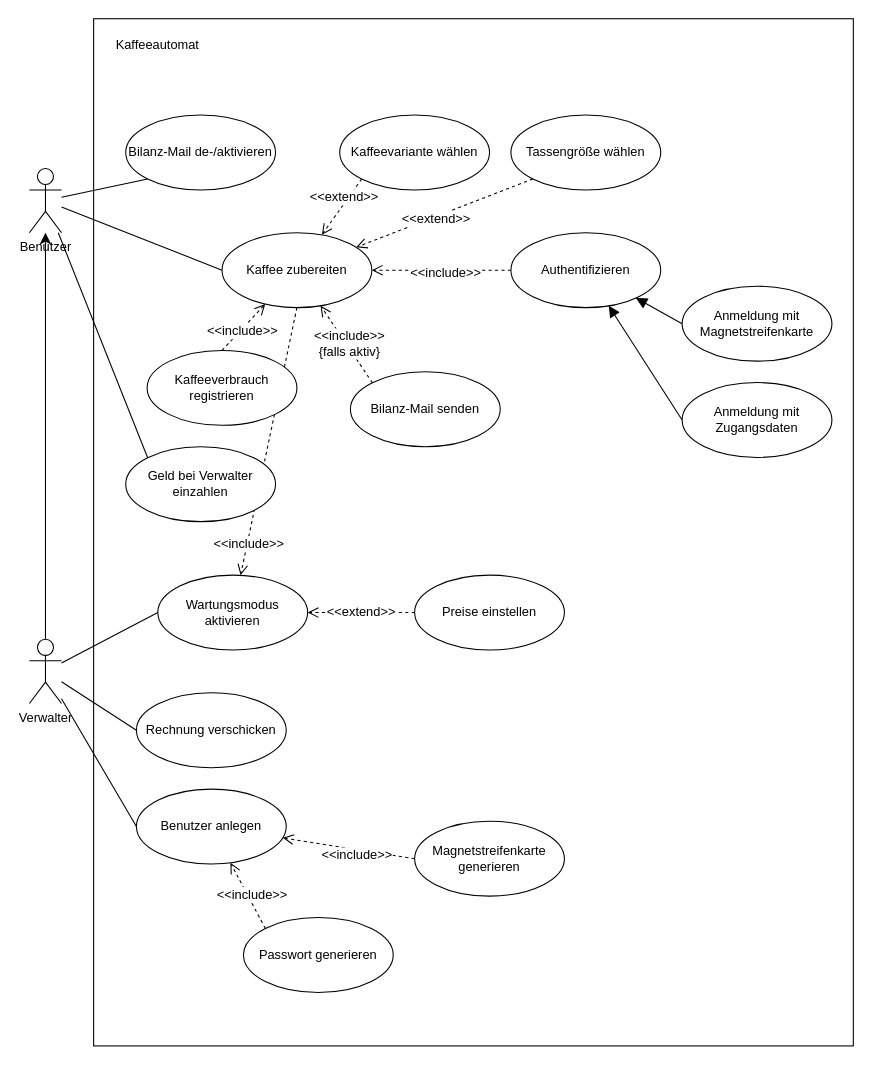
Earlier version of the draw.io diagram SoftEng3.drawio (SirButler/SoftEng). Source tidied: cells renumbered, new cells numbered last; positions are measured from the earlier drawing's top-left corner, leaving out a move shared by most shapes. Both pictures are drawn from the tidied source at 107%, with x=0, y=0 at pixel (29, 18).
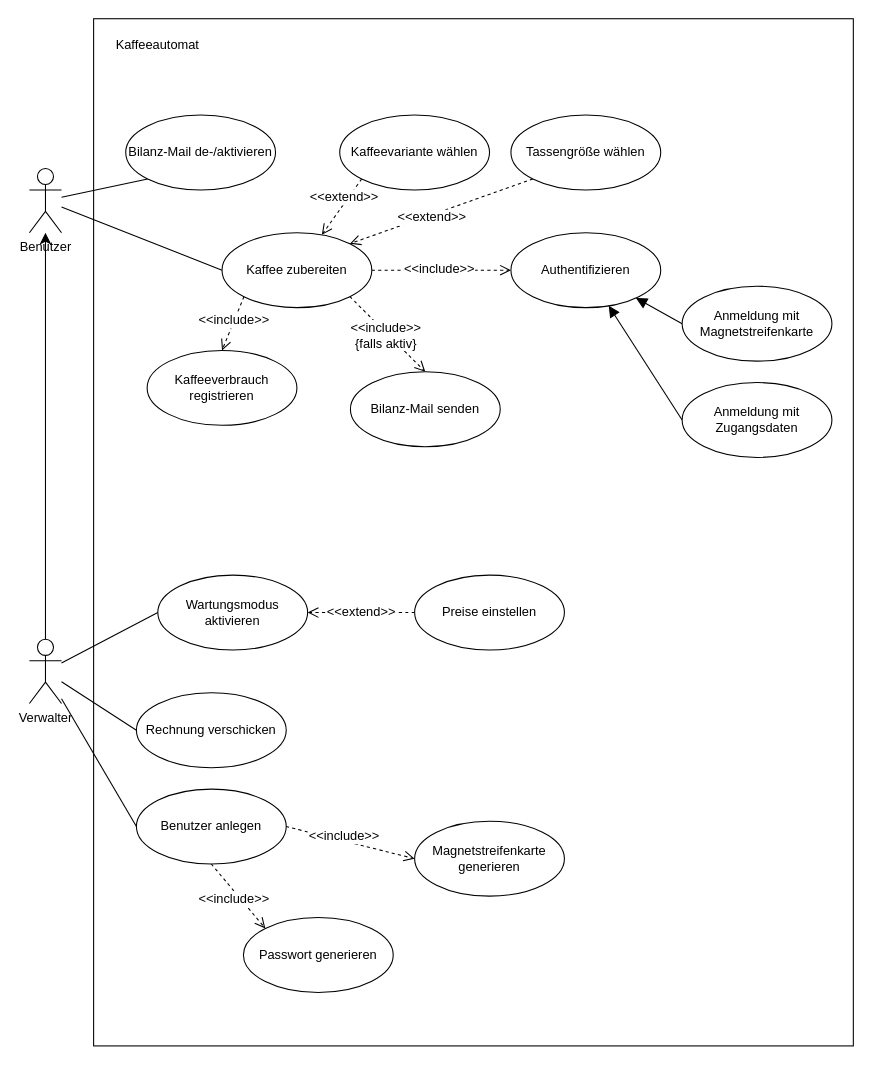
After the change.

Unchanged cells that the change refers to:
```xml
<mxCell id="3" value="Benutzer" style="shape=umlActor;verticalLabelPosition=bottom;verticalAlign=top;html=1;outlineConnect=0;labelPerimeter=1;" parent="1" vertex="1">
  <mxGeometry y="140" width="30" height="60" as="geometry" />
</mxCell>
<mxCell id="10" value="Kaffee zubereiten" style="ellipse;whiteSpace=wrap;html=1;" parent="1" vertex="1">
  <mxGeometry x="180" y="200" width="140" height="70" as="geometry" />
</mxCell>
<mxCell id="16" value="Tassengröße wählen" style="ellipse;whiteSpace=wrap;html=1;" parent="1" vertex="1">
  <mxGeometry x="450" y="90" width="140" height="70" as="geometry" />
</mxCell>
<mxCell id="19" value="Bilanz-Mail senden" style="ellipse;whiteSpace=wrap;html=1;" parent="1" vertex="1">
  <mxGeometry x="300" y="330" width="140" height="70" as="geometry" />
</mxCell>
<mxCell id="22" value="Kaffeeverbrauch registrieren" style="ellipse;whiteSpace=wrap;html=1;" parent="1" vertex="1">
  <mxGeometry x="110" y="310" width="140" height="70" as="geometry" />
</mxCell>
<mxCell id="25" value="Authentifizieren" style="ellipse;whiteSpace=wrap;html=1;" parent="1" vertex="1">
  <mxGeometry x="450" y="200" width="140" height="70" as="geometry" />
</mxCell>
<mxCell id="33" value="Benutzer anlegen" style="ellipse;whiteSpace=wrap;html=1;" parent="1" vertex="1">
  <mxGeometry x="100" y="720" width="140" height="70" as="geometry" />
</mxCell>
<mxCell id="36" value="Passwort generieren" style="ellipse;whiteSpace=wrap;html=1;" parent="1" vertex="1">
  <mxGeometry x="200" y="840" width="140" height="70" as="geometry" />
</mxCell>
<mxCell id="39" value="Magnetstreifenkarte generieren" style="ellipse;whiteSpace=wrap;html=1;" parent="1" vertex="1">
  <mxGeometry x="360" y="750" width="140" height="70" as="geometry" />
</mxCell>
<mxCell id="43" value="Wartungsmodus aktivieren" style="ellipse;whiteSpace=wrap;html=1;" parent="1" vertex="1">
  <mxGeometry x="120" y="520" width="140" height="70" as="geometry" />
</mxCell>
```

The edit, as a diff of the source:
```diff
@@
-    <mxCell id="8" style="edgeStyle=none;curved=1;rounded=0;curveGeometry=1;jettySize=auto;html=1;exitX=0.5;exitY=1;exitDx=0;exitDy=0;fontSize=12;defaultLabelBackgroundColor=page;startSize=8;endSize=8;endArrow=open;endFill=0;dashed=1;" parent="1" edge="1" source="10" target="43">
-      <mxGeometry relative="1" as="geometry" />
-    </mxCell>
-    <mxCell id="9" value="&amp;lt;&amp;lt;include&amp;gt;&amp;gt;" style="edgeLabel;html=1;align=center;verticalAlign=middle;inheritText=1;fontSize=12;defaultLabelBackgroundColor=page;" parent="8" vertex="1">
-      <mxGeometry x="0.76" y="1" relative="1" as="geometry" />
-    </mxCell>
@@
-    <mxCell id="14" style="edgeStyle=none;curved=1;rounded=0;curveGeometry=1;jettySize=auto;html=1;exitX=0;exitY=1;exitDx=0;exitDy=0;fontSize=12;defaultLabelBackgroundColor=page;startSize=8;endSize=8;dashed=1;endArrow=open;endFill=0;" parent="1" edge="1" source="16" target="10">
+    <mxCell id="14" style="edgeStyle=none;curved=1;rounded=0;curveGeometry=1;jettySize=auto;html=1;exitX=0;exitY=1;exitDx=0;exitDy=0;fontSize=12;defaultLabelBackgroundColor=page;startSize=8;endSize=8;dashed=1;endArrow=open;endFill=0;entryX=1;entryY=0;entryDx=0;entryDy=0;" parent="1" edge="1" source="16" target="10">
       <mxGeometry relative="1" as="geometry" />
     </mxCell>
@@
-    <mxCell id="17" style="edgeStyle=none;curved=1;rounded=0;curveGeometry=1;jettySize=auto;html=1;exitX=0;exitY=0;exitDx=0;exitDy=0;fontSize=12;defaultLabelBackgroundColor=page;startSize=8;endSize=8;dashed=1;endArrow=open;endFill=0;" parent="1" edge="1" source="19" target="10">
+    <mxCell id="17" style="edgeStyle=none;curved=1;rounded=0;curveGeometry=1;jettySize=auto;html=1;exitX=1;exitY=1;exitDx=0;exitDy=0;fontSize=12;defaultLabelBackgroundColor=page;startSize=8;endSize=8;dashed=1;endArrow=open;endFill=0;entryX=0.5;entryY=0;entryDx=0;entryDy=0;" parent="1" edge="1" source="10" target="19">
       <mxGeometry relative="1" as="geometry" />
     </mxCell>
@@
-    <mxCell id="20" style="edgeStyle=none;curved=1;rounded=0;curveGeometry=1;jettySize=auto;html=1;exitX=0.5;exitY=0;exitDx=0;exitDy=0;fontSize=12;defaultLabelBackgroundColor=page;startSize=8;endSize=8;flowAnimation=0;dashed=1;endArrow=open;endFill=0;" parent="1" edge="1" source="22" target="10">
+    <mxCell id="20" style="edgeStyle=none;curved=1;rounded=0;curveGeometry=1;jettySize=auto;html=1;exitX=0;exitY=1;exitDx=0;exitDy=0;fontSize=12;defaultLabelBackgroundColor=page;startSize=8;endSize=8;flowAnimation=0;dashed=1;endArrow=open;endFill=0;entryX=0.5;entryY=0;entryDx=0;entryDy=0;" parent="1" edge="1" source="10" target="22">
       <mxGeometry relative="1" as="geometry" />
     </mxCell>
@@
-    <mxCell id="23" style="edgeStyle=none;curved=1;rounded=0;curveGeometry=1;jettySize=auto;html=1;exitX=0;exitY=0.5;exitDx=0;exitDy=0;fontSize=12;defaultLabelBackgroundColor=page;startSize=8;endSize=8;endArrow=open;endFill=0;dashed=1;" parent="1" edge="1" source="25" target="10">
+    <mxCell id="23" style="edgeStyle=none;curved=1;rounded=0;curveGeometry=1;jettySize=auto;html=1;exitX=1;exitY=0.5;exitDx=0;exitDy=0;fontSize=12;defaultLabelBackgroundColor=page;startSize=8;endSize=8;endArrow=open;endFill=0;dashed=1;" parent="1" edge="1" source="10" target="25">
       <mxGeometry relative="1" as="geometry" />
     </mxCell>
@@
-    <mxCell id="30" style="edgeStyle=none;curved=1;rounded=0;curveGeometry=1;jettySize=auto;html=1;exitX=0;exitY=0;exitDx=0;exitDy=0;fontSize=12;defaultLabelBackgroundColor=page;startSize=8;endSize=8;endArrow=none;endFill=0;" parent="1" edge="1" source="31" target="3">
-      <mxGeometry relative="1" as="geometry" />
-    </mxCell>
-    <mxCell id="31" value="Geld bei Verwalter einzahlen" style="ellipse;whiteSpace=wrap;html=1;" parent="1" vertex="1">
-      <mxGeometry x="90" y="400" width="140" height="70" as="geometry" />
-    </mxCell>
@@
-    <mxCell id="34" style="edgeStyle=none;curved=1;rounded=0;curveGeometry=1;jettySize=auto;html=1;exitX=0;exitY=0;exitDx=0;exitDy=0;fontSize=12;defaultLabelBackgroundColor=page;startSize=8;endSize=8;endArrow=open;endFill=0;dashed=1;" parent="1" edge="1" source="36" target="33">
+    <mxCell id="34" style="edgeStyle=none;curved=1;rounded=0;curveGeometry=1;jettySize=auto;html=1;exitX=0.5;exitY=1;exitDx=0;exitDy=0;fontSize=12;defaultLabelBackgroundColor=page;startSize=8;endSize=8;endArrow=open;endFill=0;dashed=1;entryX=0;entryY=0;entryDx=0;entryDy=0;" parent="1" edge="1" source="33" target="36">
       <mxGeometry relative="1" as="geometry" />
     </mxCell>
@@
-    <mxCell id="37" style="edgeStyle=none;curved=1;rounded=0;curveGeometry=1;jettySize=auto;html=1;exitX=0;exitY=0.5;exitDx=0;exitDy=0;fontSize=12;defaultLabelBackgroundColor=page;startSize=8;endSize=8;endArrow=open;endFill=0;dashed=1;" parent="1" edge="1" source="39" target="33">
+    <mxCell id="37" style="edgeStyle=none;curved=1;rounded=0;curveGeometry=1;jettySize=auto;html=1;exitX=1;exitY=0.5;exitDx=0;exitDy=0;fontSize=12;defaultLabelBackgroundColor=page;startSize=8;endSize=8;endArrow=open;endFill=0;dashed=1;entryX=0;entryY=0.5;entryDx=0;entryDy=0;" parent="1" edge="1" source="33" target="39">
       <mxGeometry relative="1" as="geometry" />
     </mxCell>
```
